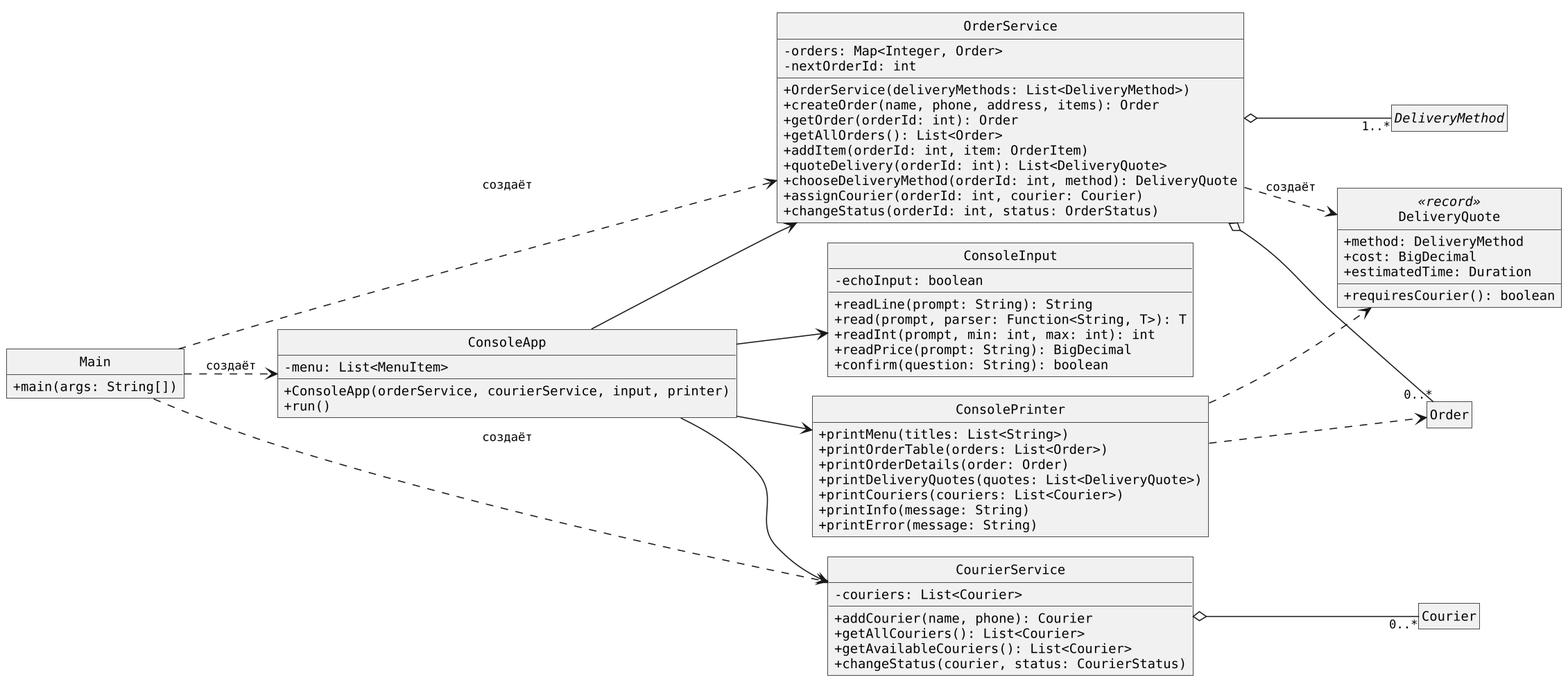
Before: docs/uml/class-diagram-app.png, a diagram exported from PlantUML (SlavaPyt/delivery-simulator).
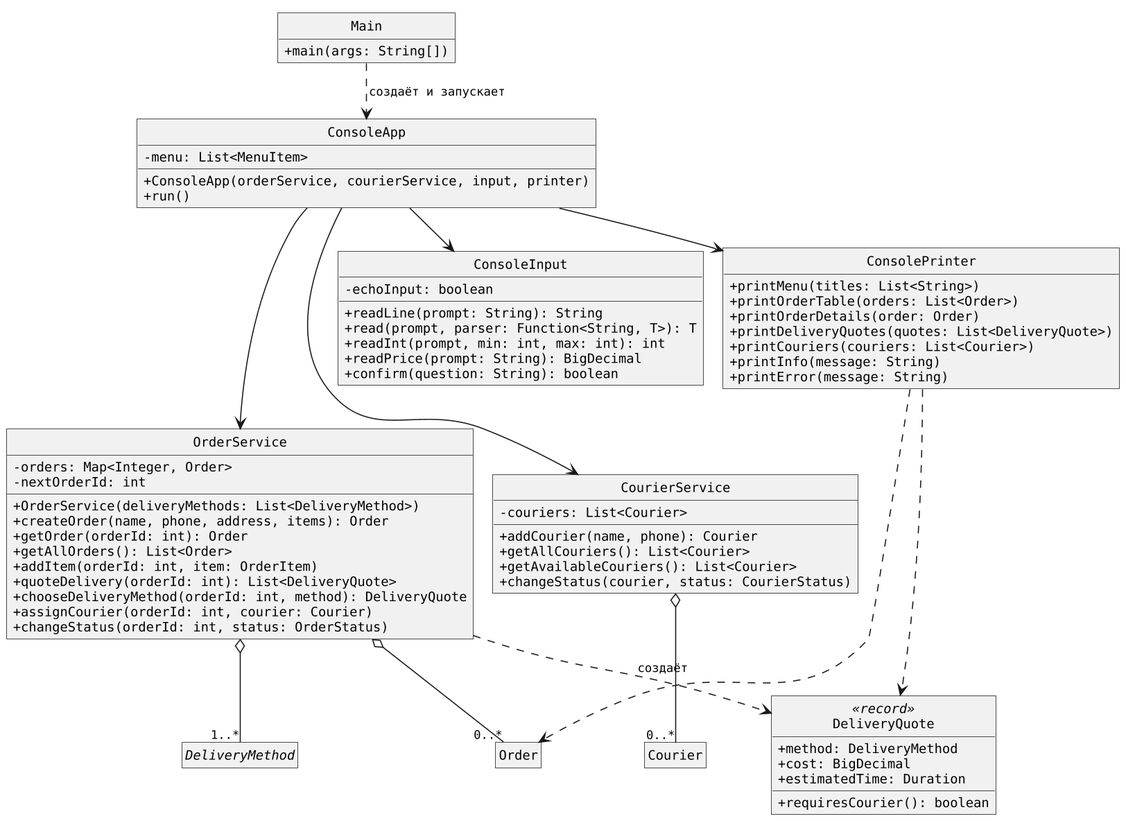
Above is the later version.

Commit message:
Упростить диаграмму сервисов и консольного слоя

Диаграмма перекомпонована по вертикали и избавлена от лишних связей Main с сервисами, чтобы она читалась при вставке в документ.

The edit, as a diff of the source:
```diff
@@ -1,6 +1,5 @@
 @startuml
 !include style.puml
-left to right direction
 
 class Main {
   + main(args: String[])
@@ -64,19 +63,22 @@
 class Courier
 interface DeliveryMethod
 
-Main ..> ConsoleApp : создаёт
-Main ..> OrderService : создаёт
-Main ..> CourierService : создаёт
+Main ..> ConsoleApp : создаёт и запускает
 
-ConsoleApp --> ConsoleInput
-ConsoleApp --> ConsolePrinter
-ConsoleApp --> OrderService
-ConsoleApp --> CourierService
+ConsoleApp -down-> ConsoleInput
+ConsoleApp -down-> ConsolePrinter
+ConsoleApp -down-> OrderService
+ConsoleApp -down-> CourierService
 
-OrderService o-- "0..*" Order
-OrderService o-- "1..*" DeliveryMethod
+ConsoleInput -[hidden]right- ConsolePrinter
+ConsolePrinter -[hidden]down- OrderService
+ConsoleInput -[hidden]down- CourierService
+OrderService -[hidden]right- CourierService
+
+OrderService o-down- "0..*" Order
+OrderService o-down- "1..*" DeliveryMethod
 OrderService ..> DeliveryQuote : создаёт
-CourierService o-- "0..*" Courier
+CourierService o-down- "0..*" Courier
 ConsolePrinter ..> Order
 ConsolePrinter ..> DeliveryQuote
 @enduml
```
